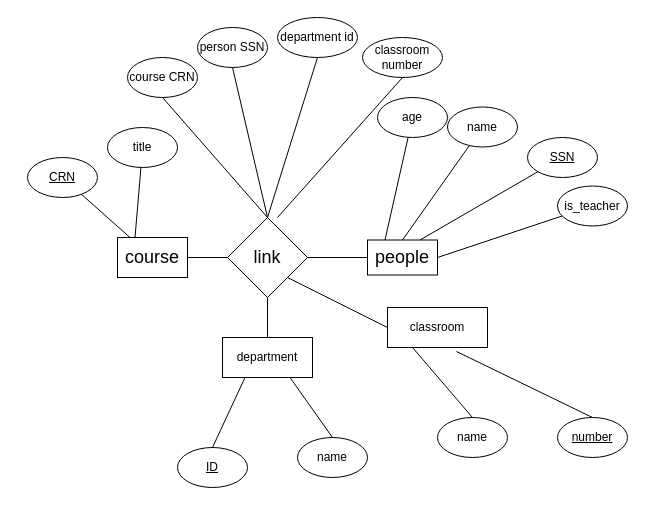
The draw.io diagram hw2_part1.drawio in jamessu1201/Database_System, before the edit. Source tidied: cells renumbered, new cells numbered last; positions are measured from the earlier drawing's top-left corner, leaving out a move shared by most shapes. Both pictures are drawn from the tidied source at 100%, with x=0, y=0 at pixel (27, 17).
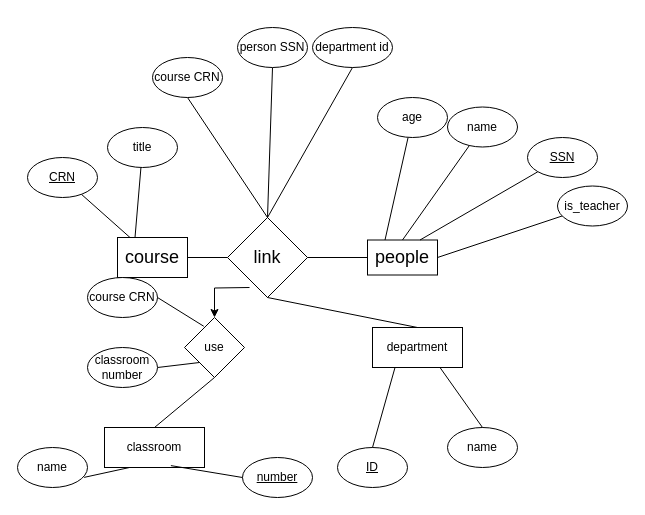
The same page after the edit.

The change refers to these unchanged cells:
```xml
<mxCell id="8" value="&lt;font style=&quot;font-size: 18px;&quot;&gt;link&lt;/font&gt;" style="rhombus;whiteSpace=wrap;html=1;" parent="1" vertex="1">
  <mxGeometry x="200" y="200" width="80" height="80" as="geometry" />
</mxCell>
```

Diff of the diagram source:
```diff
@@
+    <mxCell id="40" style="edgeStyle=orthogonalEdgeStyle;rounded=0;jettySize=auto;html=1;" parent="1" edge="1" target="41">
+      <mxGeometry relative="1" as="geometry">
+        <mxPoint x="222" y="270" as="sourcePoint" />
+      </mxGeometry>
+    </mxCell>
@@
     <mxCell id="12" value="department" style="rounded=0;whiteSpace=wrap;html=1;" parent="1" vertex="1">
-      <mxGeometry x="195" y="320" width="90" height="40" as="geometry" />
+      <mxGeometry x="345" y="310" width="90" height="40" as="geometry" />
     </mxCell>
@@
     <mxCell id="20" value="ID" style="ellipse;whiteSpace=wrap;html=1;fontStyle=4;" parent="1" vertex="1">
-      <mxGeometry x="150" y="430" width="70" height="40" as="geometry" />
+      <mxGeometry x="310" y="430" width="70" height="40" as="geometry" />
     </mxCell>
@@
     <mxCell id="22" value="name" style="ellipse;whiteSpace=wrap;html=1;" parent="1" vertex="1">
-      <mxGeometry x="270" y="420" width="70" height="40" as="geometry" />
+      <mxGeometry x="420" y="410" width="70" height="40" as="geometry" />
     </mxCell>
@@
     <mxCell id="25" value="course CRN" style="ellipse;whiteSpace=wrap;html=1;" parent="1" vertex="1">
-      <mxGeometry x="100" y="40" width="70" height="40" as="geometry" />
+      <mxGeometry x="125" y="40" width="70" height="40" as="geometry" />
     </mxCell>
@@
     <mxCell id="27" value="person SSN" style="ellipse;whiteSpace=wrap;html=1;" parent="1" vertex="1">
-      <mxGeometry x="170" y="10" width="70" height="40" as="geometry" />
+      <mxGeometry x="210" y="10" width="70" height="40" as="geometry" />
     </mxCell>
@@
     <mxCell id="31" value="department id" style="ellipse;whiteSpace=wrap;html=1;" parent="1" vertex="1">
-      <mxGeometry x="250" width="80" height="40" as="geometry" />
+      <mxGeometry x="285" y="10" width="80" height="40" as="geometry" />
     </mxCell>
     <mxCell id="32" value="classroom" style="rounded=0;whiteSpace=wrap;html=1;" parent="1" vertex="1">
-      <mxGeometry x="360" y="290" width="100" height="40" as="geometry" />
+      <mxGeometry x="77" y="410" width="100" height="40" as="geometry" />
     </mxCell>
     <mxCell id="33" value="name" style="ellipse;whiteSpace=wrap;html=1;" parent="1" vertex="1">
-      <mxGeometry x="410" y="400" width="70" height="40" as="geometry" />
+      <mxGeometry x="-10" y="430" width="70" height="40" as="geometry" />
     </mxCell>
-    <mxCell id="34" style="endArrow=none;html=1;rounded=0;exitX=0.5;exitY=0;exitDx=0;exitDy=0;entryX=0.25;entryY=1;entryDx=0;entryDy=0;" parent="1" edge="1" source="33" target="32">
+    <mxCell id="34" style="endArrow=none;html=1;rounded=0;exitX=0.952;exitY=0.747;exitDx=0;exitDy=0;entryX=0.25;entryY=1;entryDx=0;entryDy=0;exitPerimeter=0;" parent="1" edge="1" source="33" target="32">
       <mxGeometry relative="1" as="geometry" />
     </mxCell>
     <mxCell id="35" value="&lt;u&gt;number&lt;/u&gt;" style="ellipse;whiteSpace=wrap;html=1;" parent="1" vertex="1">
-      <mxGeometry x="530" y="400" width="70" height="40" as="geometry" />
+      <mxGeometry x="215" y="440" width="70" height="40" as="geometry" />
     </mxCell>
-    <mxCell id="36" style="endArrow=none;html=1;rounded=0;entryX=0.69;entryY=1.1;entryDx=0;entryDy=0;exitX=0.5;exitY=0;exitDx=0;exitDy=0;entryPerimeter=0;" parent="1" edge="1" source="35" target="32">
+    <mxCell id="36" style="endArrow=none;html=1;rounded=0;entryX=0.664;entryY=0.953;entryDx=0;entryDy=0;exitX=0;exitY=0.5;exitDx=0;exitDy=0;entryPerimeter=0;" parent="1" edge="1" source="35" target="32">
       <mxGeometry relative="1" as="geometry" />
     </mxCell>
-    <mxCell id="37" style="endArrow=none;html=1;rounded=0;entryX=0;entryY=0.5;entryDx=0;entryDy=0;exitX=1;exitY=1;exitDx=0;exitDy=0;" parent="1" edge="1" source="8" target="32">
+    <mxCell id="37" style="endArrow=none;html=1;rounded=0;entryX=0.5;entryY=0;entryDx=0;entryDy=0;exitX=0.5;exitY=1;exitDx=0;exitDy=0;" parent="1" edge="1" source="41" target="32">
       <mxGeometry relative="1" as="geometry" />
     </mxCell>
-    <mxCell id="38" style="endArrow=none;html=1;rounded=0;exitX=0.5;exitY=1;exitDx=0;exitDy=0;" parent="1" edge="1" source="39">
-      <mxGeometry relative="1" as="geometry">
-        <mxPoint x="250" y="200" as="targetPoint" />
-      </mxGeometry>
-    </mxCell>
+    <mxCell id="41" value="use" style="rhombus;whiteSpace=wrap;html=1;" parent="1" vertex="1">
+      <mxGeometry x="157" y="300" width="60" height="60" as="geometry" />
+    </mxCell>
+    <mxCell id="42" value="course CRN" style="ellipse;whiteSpace=wrap;html=1;" parent="1" vertex="1">
+      <mxGeometry x="60" y="260" width="70" height="40" as="geometry" />
+    </mxCell>
+    <mxCell id="43" style="endArrow=none;html=1;rounded=0;exitX=0;exitY=1;exitDx=0;exitDy=0;entryX=1;entryY=0.5;entryDx=0;entryDy=0;" parent="1" edge="1" source="41" target="39">
+      <mxGeometry relative="1" as="geometry" />
+    </mxCell>
     <mxCell id="39" value="classroom number" style="ellipse;whiteSpace=wrap;html=1;" parent="1" vertex="1">
-      <mxGeometry x="335" y="20" width="80" height="40" as="geometry" />
+      <mxGeometry x="60" y="330" width="70" height="40" as="geometry" />
     </mxCell>
+    <mxCell id="44" style="endArrow=none;html=1;rounded=0;exitX=0.321;exitY=0.146;exitDx=0;exitDy=0;exitPerimeter=0;entryX=1;entryY=0.5;entryDx=0;entryDy=0;" parent="1" edge="1" source="41" target="42">
+      <mxGeometry relative="1" as="geometry" />
+    </mxCell>
```
